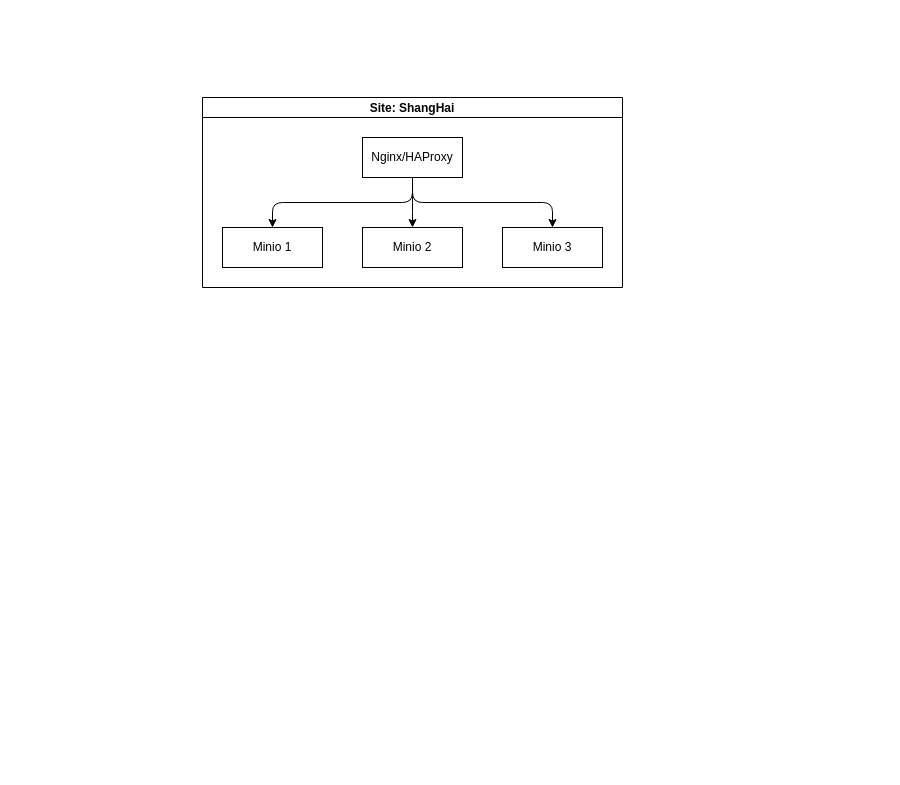
The draw.io diagram minio_replica.drawio in luxiao/drawio, before the edit. Source tidied: cells renumbered, new cells numbered last; positions are measured from the earlier drawing's top-left corner, leaving out a move shared by most shapes. Both pictures are drawn from the tidied source at 100%, with x=0, y=0 at pixel (202, 97).
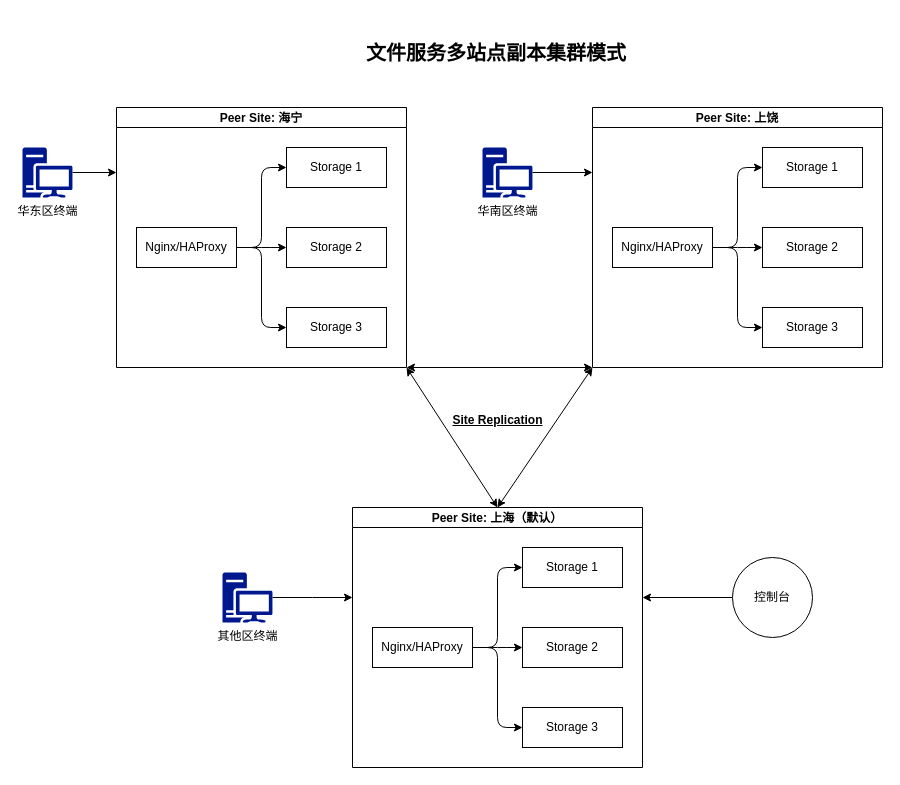
Above is the later version.

The edit, as a diff of the source:
```diff
@@
-    <mxCell id="2" value="Site: ShangHai" style="swimlane;startSize=20;horizontal=1;horizontalTree=0;containerType=tree;fontSize=12;" parent="1" vertex="1">
-      <mxGeometry width="420" height="190" as="geometry" />
-    </mxCell>
-    <mxCell id="3" value="Nginx/HAProxy" style="whiteSpace=wrap;html=1;points=[[0,0,0,0,0],[0,0.25,0,0,0],[0,0.5,0,0,0],[0,0.75,0,0,0],[0,1,0,0,0],[0.25,0,0,0,0],[0.25,1,0,0,0],[0.5,0,0,0,0],[0.5,1,0,0,0],[0.75,0,0,0,0],[0.75,1,0,0,0],[1,0,0,0,0],[1,0.25,0,0,0],[1,0.5,0,0,0],[1,0.75,0,0,0],[1,1,0,0,0]];" parent="2" vertex="1">
-      <mxGeometry x="160" y="40" width="100" height="40" as="geometry" />
-    </mxCell>
-    <mxCell id="4" value="Minio 2" style="whiteSpace=wrap;html=1;" parent="2" vertex="1">
-      <mxGeometry x="160" y="130" width="100" height="40" as="geometry" />
-    </mxCell>
-    <mxCell id="5" style="edgeStyle=elbowEdgeStyle;elbow=vertical;html=1;rounded=1;curved=0;sourcePerimeterSpacing=0;targetPerimeterSpacing=0;startSize=6;endSize=6;" parent="2" edge="1" source="3" target="4">
-      <mxGeometry relative="1" as="geometry" />
-    </mxCell>
-    <mxCell id="6" value="Minio 1" style="whiteSpace=wrap;html=1;" parent="2" vertex="1">
-      <mxGeometry x="20" y="130" width="100" height="40" as="geometry" />
-    </mxCell>
-    <mxCell id="7" style="edgeStyle=elbowEdgeStyle;elbow=vertical;html=1;rounded=1;curved=0;sourcePerimeterSpacing=0;targetPerimeterSpacing=0;startSize=6;endSize=6;" parent="2" edge="1" source="3" target="6">
-      <mxGeometry relative="1" as="geometry" />
-    </mxCell>
-    <mxCell id="8" style="edgeStyle=elbowEdgeStyle;elbow=vertical;html=1;rounded=1;curved=0;sourcePerimeterSpacing=0;targetPerimeterSpacing=0;startSize=6;endSize=6;" parent="2" edge="1" source="3" target="9">
-      <mxGeometry relative="1" as="geometry" />
-    </mxCell>
-    <mxCell id="9" value="Minio 3" style="whiteSpace=wrap;html=1;points=[[0,0,0,0,0],[0,0.25,0,0,0],[0,0.5,0,0,0],[0,0.75,0,0,0],[0,1,0,0,0],[0.25,0,0,0,0],[0.25,1,0,0,0],[0.5,0,0,0,0],[0.5,1,0,0,0],[0.75,0,0,0,0],[0.75,1,0,0,0],[1,0,0,0,0],[1,0.25,0,0,0],[1,0.5,0,0,0],[1,0.75,0,0,0],[1,1,0,0,0]];" parent="2" vertex="1">
-      <mxGeometry x="300" y="130" width="100" height="40" as="geometry" />
-    </mxCell>
+    <mxCell id="10" value="Peer Site: 上饶" style="swimlane;startSize=20;horizontal=1;horizontalTree=1;containerType=tree;fontSize=12;" parent="1" vertex="1">
+      <mxGeometry x="390" y="10" width="290" height="260" as="geometry" />
+    </mxCell>
+    <mxCell id="11" value="Nginx/HAProxy" style="whiteSpace=wrap;html=1;points=[[0,0,0,0,0],[0,0.25,0,0,0],[0,0.5,0,0,0],[0,0.75,0,0,0],[0,1,0,0,0],[0.25,0,0,0,0],[0.25,1,0,0,0],[0.5,0,0,0,0],[0.5,1,0,0,0],[0.75,0,0,0,0],[0.75,1,0,0,0],[1,0,0,0,0],[1,0.25,0,0,0],[1,0.5,0,0,0],[1,0.75,0,0,0],[1,1,0,0,0]];" parent="10" vertex="1">
+      <mxGeometry x="20" y="120" width="100" height="40" as="geometry" />
+    </mxCell>
+    <mxCell id="12" value="Storage 1" style="whiteSpace=wrap;html=1;" parent="10" vertex="1">
+      <mxGeometry x="170" y="40" width="100" height="40" as="geometry" />
+    </mxCell>
+    <mxCell id="13" style="edgeStyle=elbowEdgeStyle;elbow=horizontal;html=1;rounded=1;curved=0;sourcePerimeterSpacing=0;targetPerimeterSpacing=0;startSize=6;endSize=6;" parent="10" edge="1" source="11" target="12">
+      <mxGeometry relative="1" as="geometry" />
+    </mxCell>
+    <mxCell id="14" value="Storage 2" style="whiteSpace=wrap;html=1;" parent="10" vertex="1">
+      <mxGeometry x="170" y="120" width="100" height="40" as="geometry" />
+    </mxCell>
+    <mxCell id="15" style="edgeStyle=elbowEdgeStyle;elbow=horizontal;html=1;rounded=1;curved=0;sourcePerimeterSpacing=0;targetPerimeterSpacing=0;startSize=6;endSize=6;" parent="10" edge="1" source="11" target="14">
+      <mxGeometry relative="1" as="geometry" />
+    </mxCell>
+    <mxCell id="16" style="edgeStyle=elbowEdgeStyle;elbow=horizontal;html=1;rounded=1;curved=0;sourcePerimeterSpacing=0;targetPerimeterSpacing=0;startSize=6;endSize=6;" parent="10" edge="1" source="11" target="17">
+      <mxGeometry relative="1" as="geometry" />
+    </mxCell>
+    <mxCell id="17" value="Storage 3" style="whiteSpace=wrap;html=1;points=[[0,0,0,0,0],[0,0.25,0,0,0],[0,0.5,0,0,0],[0,0.75,0,0,0],[0,1,0,0,0],[0.25,0,0,0,0],[0.25,1,0,0,0],[0.5,0,0,0,0],[0.5,1,0,0,0],[0.75,0,0,0,0],[0.75,1,0,0,0],[1,0,0,0,0],[1,0.25,0,0,0],[1,0.5,0,0,0],[1,0.75,0,0,0],[1,1,0,0,0]];" parent="10" vertex="1">
+      <mxGeometry x="170" y="200" width="100" height="40" as="geometry" />
+    </mxCell>
+    <mxCell id="18" value="文件服务多站点副本集群模式" style="text;html=1;strokeColor=none;fillColor=none;align=center;verticalAlign=middle;whiteSpace=wrap;rounded=0;fontStyle=1;horizontal=1;fontSize=20;spacing=4;" parent="1" vertex="1">
+      <mxGeometry x="-86" y="-80" width="760" height="70" as="geometry" />
+    </mxCell>
+    <mxCell id="19" value="Peer Site: 上海（默认）" style="swimlane;startSize=20;horizontal=1;horizontalTree=1;containerType=tree;fontSize=12;" parent="1" vertex="1">
+      <mxGeometry x="150" y="410" width="290" height="260" as="geometry" />
+    </mxCell>
+    <mxCell id="20" value="Nginx/HAProxy" style="whiteSpace=wrap;html=1;points=[[0,0,0,0,0],[0,0.25,0,0,0],[0,0.5,0,0,0],[0,0.75,0,0,0],[0,1,0,0,0],[0.25,0,0,0,0],[0.25,1,0,0,0],[0.5,0,0,0,0],[0.5,1,0,0,0],[0.75,0,0,0,0],[0.75,1,0,0,0],[1,0,0,0,0],[1,0.25,0,0,0],[1,0.5,0,0,0],[1,0.75,0,0,0],[1,1,0,0,0]];" parent="19" vertex="1">
+      <mxGeometry x="20" y="120" width="100" height="40" as="geometry" />
+    </mxCell>
+    <mxCell id="21" value="Storage 1" style="whiteSpace=wrap;html=1;" parent="19" vertex="1">
+      <mxGeometry x="170" y="40" width="100" height="40" as="geometry" />
+    </mxCell>
+    <mxCell id="22" style="edgeStyle=elbowEdgeStyle;elbow=horizontal;html=1;rounded=1;curved=0;sourcePerimeterSpacing=0;targetPerimeterSpacing=0;startSize=6;endSize=6;" parent="19" edge="1" source="20" target="21">
+      <mxGeometry relative="1" as="geometry" />
+    </mxCell>
+    <mxCell id="23" value="Storage 2" style="whiteSpace=wrap;html=1;" parent="19" vertex="1">
+      <mxGeometry x="170" y="120" width="100" height="40" as="geometry" />
+    </mxCell>
+    <mxCell id="24" style="edgeStyle=elbowEdgeStyle;elbow=horizontal;html=1;rounded=1;curved=0;sourcePerimeterSpacing=0;targetPerimeterSpacing=0;startSize=6;endSize=6;" parent="19" edge="1" source="20" target="23">
+      <mxGeometry relative="1" as="geometry" />
+    </mxCell>
+    <mxCell id="25" style="edgeStyle=elbowEdgeStyle;elbow=horizontal;html=1;rounded=1;curved=0;sourcePerimeterSpacing=0;targetPerimeterSpacing=0;startSize=6;endSize=6;" parent="19" edge="1" source="20" target="26">
+      <mxGeometry relative="1" as="geometry" />
+    </mxCell>
+    <mxCell id="26" value="Storage 3" style="whiteSpace=wrap;html=1;points=[[0,0,0,0,0],[0,0.25,0,0,0],[0,0.5,0,0,0],[0,0.75,0,0,0],[0,1,0,0,0],[0.25,0,0,0,0],[0.25,1,0,0,0],[0.5,0,0,0,0],[0.5,1,0,0,0],[0.75,0,0,0,0],[0.75,1,0,0,0],[1,0,0,0,0],[1,0.25,0,0,0],[1,0.5,0,0,0],[1,0.75,0,0,0],[1,1,0,0,0]];" parent="19" vertex="1">
+      <mxGeometry x="170" y="200" width="100" height="40" as="geometry" />
+    </mxCell>
+    <mxCell id="27" value="Peer Site: 海宁" style="swimlane;startSize=20;horizontal=1;horizontalTree=1;containerType=tree;fontSize=12;" parent="1" vertex="1">
+      <mxGeometry x="-86" y="10" width="290" height="260" as="geometry" />
+    </mxCell>
+    <mxCell id="28" value="Nginx/HAProxy" style="whiteSpace=wrap;html=1;points=[[0,0,0,0,0],[0,0.25,0,0,0],[0,0.5,0,0,0],[0,0.75,0,0,0],[0,1,0,0,0],[0.25,0,0,0,0],[0.25,1,0,0,0],[0.5,0,0,0,0],[0.5,1,0,0,0],[0.75,0,0,0,0],[0.75,1,0,0,0],[1,0,0,0,0],[1,0.25,0,0,0],[1,0.5,0,0,0],[1,0.75,0,0,0],[1,1,0,0,0]];" parent="27" vertex="1">
+      <mxGeometry x="20" y="120" width="100" height="40" as="geometry" />
+    </mxCell>
+    <mxCell id="29" value="Storage 1" style="whiteSpace=wrap;html=1;" parent="27" vertex="1">
+      <mxGeometry x="170" y="40" width="100" height="40" as="geometry" />
+    </mxCell>
+    <mxCell id="30" style="edgeStyle=elbowEdgeStyle;elbow=horizontal;html=1;rounded=1;curved=0;sourcePerimeterSpacing=0;targetPerimeterSpacing=0;startSize=6;endSize=6;" parent="27" edge="1" source="28" target="29">
+      <mxGeometry relative="1" as="geometry" />
+    </mxCell>
+    <mxCell id="31" value="Storage 2" style="whiteSpace=wrap;html=1;" parent="27" vertex="1">
+      <mxGeometry x="170" y="120" width="100" height="40" as="geometry" />
+    </mxCell>
+    <mxCell id="32" style="edgeStyle=elbowEdgeStyle;elbow=horizontal;html=1;rounded=1;curved=0;sourcePerimeterSpacing=0;targetPerimeterSpacing=0;startSize=6;endSize=6;" parent="27" edge="1" source="28" target="31">
+      <mxGeometry relative="1" as="geometry" />
+    </mxCell>
+    <mxCell id="33" style="edgeStyle=elbowEdgeStyle;elbow=horizontal;html=1;rounded=1;curved=0;sourcePerimeterSpacing=0;targetPerimeterSpacing=0;startSize=6;endSize=6;" parent="27" edge="1" source="28" target="34">
+      <mxGeometry relative="1" as="geometry" />
+    </mxCell>
+    <mxCell id="34" value="Storage 3" style="whiteSpace=wrap;html=1;points=[[0,0,0,0,0],[0,0.25,0,0,0],[0,0.5,0,0,0],[0,0.75,0,0,0],[0,1,0,0,0],[0.25,0,0,0,0],[0.25,1,0,0,0],[0.5,0,0,0,0],[0.5,1,0,0,0],[0.75,0,0,0,0],[0.75,1,0,0,0],[1,0,0,0,0],[1,0.25,0,0,0],[1,0.5,0,0,0],[1,0.75,0,0,0],[1,1,0,0,0]];" parent="27" vertex="1">
+      <mxGeometry x="170" y="200" width="100" height="40" as="geometry" />
+    </mxCell>
+    <mxCell id="35" style="edgeStyle=orthogonalEdgeStyle;rounded=0;jettySize=auto;html=1;entryX=0;entryY=0.25;entryDx=0;entryDy=0;" parent="1" edge="1" source="36" target="27">
+      <mxGeometry relative="1" as="geometry" />
+    </mxCell>
+    <mxCell id="36" value="华东区终端" style="sketch=0;shadow=0;dashed=0;html=1;strokeColor=none;labelPosition=center;verticalLabelPosition=bottom;verticalAlign=top;align=center;fillColor=#00188D;shape=mxgraph.mscae.enterprise.workstation_client;" parent="1" vertex="1">
+      <mxGeometry x="-180" y="50" width="50" height="50" as="geometry" />
+    </mxCell>
+    <mxCell id="37" style="edgeStyle=orthogonalEdgeStyle;rounded=0;jettySize=auto;html=1;entryX=0;entryY=0.25;entryDx=0;entryDy=0;" parent="1" edge="1" source="38" target="10">
+      <mxGeometry relative="1" as="geometry" />
+    </mxCell>
+    <mxCell id="38" value="华南区终端" style="sketch=0;shadow=0;dashed=0;html=1;strokeColor=none;labelPosition=center;verticalLabelPosition=bottom;verticalAlign=top;align=center;fillColor=#00188D;shape=mxgraph.mscae.enterprise.workstation_client;" parent="1" vertex="1">
+      <mxGeometry x="280" y="50" width="50" height="50" as="geometry" />
+    </mxCell>
+    <mxCell id="39" style="endArrow=classic;startArrow=classic;html=1;rounded=0;exitX=0.5;exitY=0;exitDx=0;exitDy=0;entryX=1;entryY=1;entryDx=0;entryDy=0;" parent="1" edge="1" source="19" target="27">
+      <mxGeometry relative="1" as="geometry" />
+    </mxCell>
+    <mxCell id="40" style="endArrow=classic;startArrow=classic;html=1;rounded=0;exitX=0.5;exitY=0;exitDx=0;exitDy=0;entryX=0;entryY=1;entryDx=0;entryDy=0;" parent="1" edge="1" source="19" target="10">
+      <mxGeometry relative="1" as="geometry" />
+    </mxCell>
+    <mxCell id="41" style="endArrow=classic;startArrow=classic;html=1;rounded=0;entryX=0;entryY=1;entryDx=0;entryDy=0;exitX=1;exitY=1;exitDx=0;exitDy=0;" parent="1" edge="1" source="27" target="10">
+      <mxGeometry relative="1" as="geometry" />
+    </mxCell>
+    <mxCell id="42" value="Site Replication " style="text;html=1;align=center;verticalAlign=middle;strokeColor=none;fillColor=none;fontStyle=5;" parent="1" vertex="1">
+      <mxGeometry x="240" y="308" width="110" height="30" as="geometry" />
+    </mxCell>
+    <mxCell id="43" style="edgeStyle=orthogonalEdgeStyle;rounded=0;jettySize=auto;html=1;" parent="1" edge="1" source="44">
+      <mxGeometry relative="1" as="geometry">
+        <mxPoint x="150" y="500" as="targetPoint" />
+      </mxGeometry>
+    </mxCell>
+    <mxCell id="44" value="其他区终端" style="sketch=0;shadow=0;dashed=0;html=1;strokeColor=none;labelPosition=center;verticalLabelPosition=bottom;verticalAlign=top;align=center;fillColor=#00188D;shape=mxgraph.mscae.enterprise.workstation_client;" parent="1" vertex="1">
+      <mxGeometry x="20" y="475" width="50" height="50" as="geometry" />
+    </mxCell>
+    <mxCell id="45" style="edgeStyle=orthogonalEdgeStyle;rounded=0;jettySize=auto;html=1;" parent="1" edge="1" source="46">
+      <mxGeometry relative="1" as="geometry">
+        <mxPoint x="440" y="500" as="targetPoint" />
+      </mxGeometry>
+    </mxCell>
+    <mxCell id="46" value="控制台" style="ellipse;whiteSpace=wrap;html=1;" parent="1" vertex="1">
+      <mxGeometry x="530" y="460" width="80" height="80" as="geometry" />
+    </mxCell>
```
